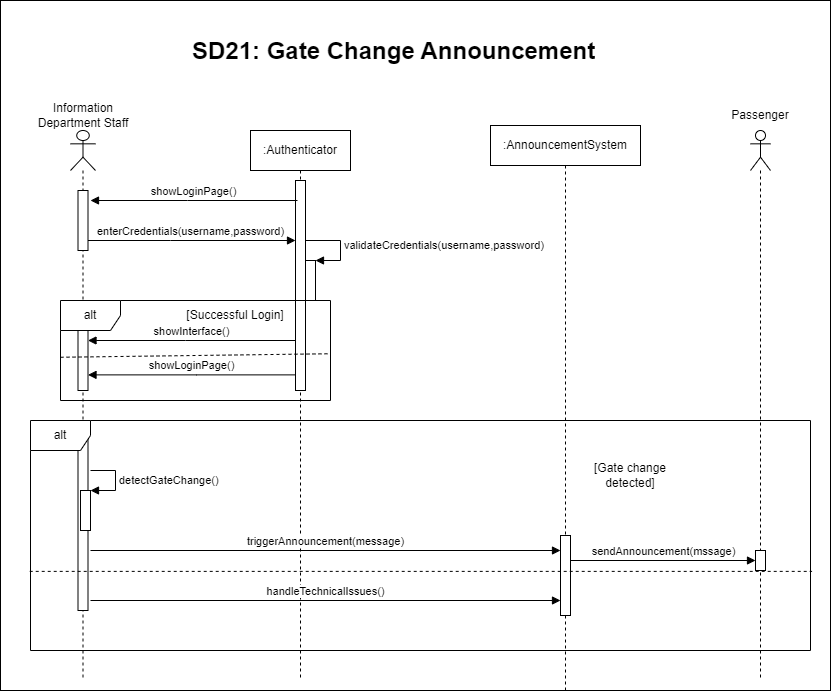
Above: Diagramms/Sequence Diagrams/SequenceDiagram21.png in Smr002/Group01_Airport_Management_System (draw.io), before the change. Source tidied: cells renumbered, new cells last; positions are measured from the earlier drawing's top-left corner, leaving out a move shared by most shapes. Source of this version:
```xml
<mxGraphModel>
  <root>
    <mxCell id="0" />
    <mxCell id="1" parent="0" />
    <mxCell id="2" style="rounded=0;whiteSpace=wrap;html=1;" parent="1" vertex="1">
      <mxGeometry width="830" height="690" as="geometry" />
    </mxCell>
    <mxCell id="3" value=":Authenticator" style="shape=umlLifeline;perimeter=lifelinePerimeter;whiteSpace=wrap;html=1;newEdgeStyle={&quot;edgeStyle&quot;:&quot;elbowEdgeStyle&quot;,&quot;elbow&quot;:&quot;vertical&quot;,&quot;curved&quot;:0,&quot;rounded&quot;:0};" parent="1" vertex="1">
      <mxGeometry x="250" y="130" width="100" height="550" as="geometry" />
    </mxCell>
    <mxCell id="4" style="html=1;perimeter=orthogonalPerimeter;targetShapes=umlLifeline;newEdgeStyle={&quot;edgeStyle&quot;:&quot;elbowEdgeStyle&quot;,&quot;elbow&quot;:&quot;vertical&quot;,&quot;curved&quot;:0,&quot;rounded&quot;:0};" parent="3" vertex="1">
      <mxGeometry x="45" y="50" width="10" height="210" as="geometry" />
    </mxCell>
    <mxCell id="5" value="&lt;span style=&quot;color: rgba(0, 0, 0, 0); font-family: monospace; font-size: 0px; text-align: start;&quot;&gt;%3CmxGraphModel%3E%3Croot%3E%3CmxCell%20id%3D%220%22%2F%3E%3CmxCell%20id%3D%221%22%20parent%3D%220%22%2F%3E%3CmxCell%20id%3D%222%22%20value%3D%22%22%20style%3D%22html%3D1%3Bpoints%3D%5B%5B0%2C0%2C0%2C0%2C5%5D%2C%5B0%2C1%2C0%2C0%2C-5%5D%2C%5B1%2C0%2C0%2C0%2C5%5D%2C%5B1%2C1%2C0%2C0%2C-5%5D%5D%3Bperimeter%3DorthogonalPerimeter%3BoutlineConnect%3D0%3BtargetShapes%3DumlLifeline%3BportConstraint%3Deastwest%3BnewEdgeStyle%3D%7B%26quot%3Bcurved%26quot%3B%3A0%2C%26quot%3Brounded%26quot%3B%3A0%7D%3B%22%20vertex%3D%221%22%20parent%3D%221%22%3E%3CmxGeometry%20x%3D%22315%22%20y%3D%22150%22%20width%3D%2210%22%20height%3D%2240%22%20as%3D%22geometry%22%2F%3E%3C%2FmxCell%3E%3CmxCell%20id%3D%223%22%20value%3D%22validateCredentials(username%2Cpassword)%22%20style%3D%22html%3D1%3Balign%3Dleft%3BspacingLeft%3D2%3BendArrow%3Dblock%3Brounded%3D0%3BedgeStyle%3DorthogonalEdgeStyle%3Bcurved%3D0%3Brounded%3D0%3B%22%20edge%3D%221%22%20target%3D%222%22%20parent%3D%221%22%3E%3CmxGeometry%20relative%3D%221%22%20as%3D%22geometry%22%3E%3CmxPoint%20x%3D%22315%22%20y%3D%22130%22%20as%3D%22sourcePoint%22%2F%3E%3CArray%20as%3D%22points%22%3E%3CmxPoint%20x%3D%22350%22%20y%3D%22130%22%2F%3E%3CmxPoint%20x%3D%22350%22%20y%3D%22150%22%2F%3E%3C%2FArray%3E%3CmxPoint%20x%3D%22325%22%20y%3D%22140%22%20as%3D%22targetPoint%22%2F%3E%3C%2FmxGeometry%3E%3C%2FmxCell%3E%3C%2Froot%3E%3C%2FmxGraphModel%3E&lt;/span&gt;" style="html=1;points=[[0,0,0,0,5],[0,1,0,0,-5],[1,0,0,0,5],[1,1,0,0,-5]];perimeter=orthogonalPerimeter;outlineConnect=0;targetShapes=umlLifeline;portConstraint=eastwest;newEdgeStyle={&quot;curved&quot;:0,&quot;rounded&quot;:0};" parent="3" vertex="1">
      <mxGeometry x="55" y="130" width="10" height="40" as="geometry" />
    </mxCell>
    <mxCell id="6" value="validateCredentials(username,password)" style="html=1;align=left;spacingLeft=2;endArrow=block;rounded=0;edgeStyle=orthogonalEdgeStyle;curved=0;rounded=0;" parent="3" edge="1" target="5">
      <mxGeometry relative="1" as="geometry">
        <mxPoint x="55" y="110" as="sourcePoint" />
        <Array as="points">
          <mxPoint x="90" y="110" />
          <mxPoint x="90" y="130" />
        </Array>
      </mxGeometry>
    </mxCell>
    <mxCell id="7" value="enterCredentials(username,password)" style="html=1;verticalAlign=bottom;endArrow=block;edgeStyle=elbowEdgeStyle;elbow=horizontal;curved=0;rounded=0;" parent="1" edge="1">
      <mxGeometry relative="1" as="geometry">
        <mxPoint x="85" y="240" as="sourcePoint" />
        <mxPoint x="295" y="240" as="targetPoint" />
        <Array as="points">
          <mxPoint x="170" y="240" />
        </Array>
      </mxGeometry>
    </mxCell>
    <mxCell id="8" value="showInterface()" style="html=1;verticalAlign=bottom;endArrow=block;edgeStyle=elbowEdgeStyle;elbow=vertical;curved=0;rounded=0;" parent="1" edge="1" target="11">
      <mxGeometry relative="1" as="geometry">
        <mxPoint x="295" y="340" as="sourcePoint" />
        <Array as="points">
          <mxPoint x="185" y="340" />
        </Array>
      </mxGeometry>
    </mxCell>
    <mxCell id="9" style="shape=umlLifeline;perimeter=lifelinePerimeter;whiteSpace=wrap;html=1;newEdgeStyle={&quot;curved&quot;:0,&quot;rounded&quot;:0};participant=umlActor;" parent="1" vertex="1">
      <mxGeometry x="70" y="130" width="25" height="550" as="geometry" />
    </mxCell>
    <mxCell id="10" style="html=1;perimeter=orthogonalPerimeter;targetShapes=umlLifeline;newEdgeStyle={&quot;curved&quot;:0,&quot;rounded&quot;:0};" parent="9" vertex="1">
      <mxGeometry x="7.5" y="60" width="10" height="60" as="geometry" />
    </mxCell>
    <mxCell id="11" style="html=1;points=[[0,0,0,0,5],[0,1,0,0,-5],[1,0,0,0,5],[1,1,0,0,-5]];perimeter=orthogonalPerimeter;outlineConnect=0;targetShapes=umlLifeline;portConstraint=eastwest;newEdgeStyle={&quot;curved&quot;:0,&quot;rounded&quot;:0};" parent="9" vertex="1">
      <mxGeometry x="7.5" y="200" width="10" height="60" as="geometry" />
    </mxCell>
    <mxCell id="12" style="html=1;points=[[0,0,0,0,5],[0,1,0,0,-5],[1,0,0,0,5],[1,1,0,0,-5]];perimeter=orthogonalPerimeter;outlineConnect=0;targetShapes=umlLifeline;portConstraint=eastwest;newEdgeStyle={&quot;curved&quot;:0,&quot;rounded&quot;:0};" parent="9" vertex="1">
      <mxGeometry x="7.5" y="300" width="10" height="180" as="geometry" />
    </mxCell>
    <mxCell id="13" value="Information Department Staff" style="text;strokeColor=none;align=center;fillColor=none;html=1;verticalAlign=middle;whiteSpace=wrap;rounded=0;" parent="1" vertex="1">
      <mxGeometry x="32.5" y="100" width="100" height="30" as="geometry" />
    </mxCell>
    <mxCell id="14" value="&lt;h1 style=&quot;margin-top: 0px;&quot;&gt;SD21: Gate Change Announcement&lt;/h1&gt;" style="text;html=1;whiteSpace=wrap;overflow=hidden;rounded=0;" parent="1" vertex="1">
      <mxGeometry x="190" y="30" width="430" height="40" as="geometry" />
    </mxCell>
    <mxCell id="15" value=":AnnouncementSystem" style="shape=umlLifeline;perimeter=lifelinePerimeter;whiteSpace=wrap;html=1;newEdgeStyle={&quot;edgeStyle&quot;:&quot;elbowEdgeStyle&quot;,&quot;elbow&quot;:&quot;vertical&quot;,&quot;curved&quot;:0,&quot;rounded&quot;:0};size=40;" parent="1" vertex="1">
      <mxGeometry x="490" y="125" width="150" height="565" as="geometry" />
    </mxCell>
    <mxCell id="16" style="html=1;points=[[0,0,0,0,5],[0,1,0,0,-5],[1,0,0,0,5],[1,1,0,0,-5]];perimeter=orthogonalPerimeter;outlineConnect=0;targetShapes=umlLifeline;portConstraint=eastwest;newEdgeStyle={&quot;curved&quot;:0,&quot;rounded&quot;:0};" parent="15" vertex="1">
      <mxGeometry x="70" y="410" width="10" height="80" as="geometry" />
    </mxCell>
    <mxCell id="17" value="alt" style="shape=umlFrame;whiteSpace=wrap;html=1;" parent="1" vertex="1">
      <mxGeometry x="60" y="300" width="270" height="100" as="geometry" />
    </mxCell>
    <mxCell id="18" value="showLoginPage()" style="html=1;verticalAlign=bottom;endArrow=block;edgeStyle=elbowEdgeStyle;elbow=horizontal;curved=0;rounded=0;" parent="1" edge="1">
      <mxGeometry relative="1" as="geometry">
        <mxPoint x="295" y="374.4" as="sourcePoint" />
        <mxPoint x="87.5" y="374.4" as="targetPoint" />
        <Array as="points">
          <mxPoint x="196" y="374.4" />
        </Array>
      </mxGeometry>
    </mxCell>
    <mxCell id="19" style="endArrow=none;dashed=1;html=1;rounded=0;exitX=0;exitY=0.577;exitDx=0;exitDy=0;exitPerimeter=0;entryX=1;entryY=0.545;entryDx=0;entryDy=0;entryPerimeter=0;" parent="1" edge="1">
      <mxGeometry relative="1" as="geometry">
        <mxPoint x="60" y="356.8" as="sourcePoint" />
        <mxPoint x="330" y="353.2" as="targetPoint" />
      </mxGeometry>
    </mxCell>
    <mxCell id="20" value="showLoginPage()" style="html=1;verticalAlign=bottom;endArrow=block;edgeStyle=elbowEdgeStyle;elbow=horizontal;curved=0;rounded=0;" parent="1" edge="1">
      <mxGeometry relative="1" as="geometry">
        <mxPoint x="297" y="200" as="sourcePoint" />
        <mxPoint x="90" y="200" as="targetPoint" />
        <Array as="points">
          <mxPoint x="187" y="200" />
        </Array>
      </mxGeometry>
    </mxCell>
    <mxCell id="21" value="[Successful Login]" style="text;html=1;align=center;verticalAlign=middle;whiteSpace=wrap;rounded=0;" parent="1" vertex="1">
      <mxGeometry x="180" y="300" width="110" height="30" as="geometry" />
    </mxCell>
    <mxCell id="22" style="shape=umlLifeline;perimeter=lifelinePerimeter;whiteSpace=wrap;html=1;newEdgeStyle={&quot;curved&quot;:0,&quot;rounded&quot;:0};participant=umlActor;" parent="1" vertex="1">
      <mxGeometry x="750" y="130" width="20" height="550" as="geometry" />
    </mxCell>
    <mxCell id="23" style="html=1;perimeter=orthogonalPerimeter;targetShapes=umlLifeline;newEdgeStyle={&quot;curved&quot;:0,&quot;rounded&quot;:0};" parent="22" vertex="1">
      <mxGeometry x="5" y="420" width="10" height="20" as="geometry" />
    </mxCell>
    <mxCell id="24" value="Passenger" style="text;strokeColor=none;align=center;fillColor=none;html=1;verticalAlign=middle;whiteSpace=wrap;rounded=0;" parent="1" vertex="1">
      <mxGeometry x="720" y="100" width="80" height="30" as="geometry" />
    </mxCell>
    <mxCell id="25" value="alt" style="shape=umlFrame;whiteSpace=wrap;html=1;" parent="1" vertex="1">
      <mxGeometry x="30" y="420" width="780" height="230" as="geometry" />
    </mxCell>
    <mxCell id="26" value="&lt;span style=&quot;color: rgba(0, 0, 0, 0); font-family: monospace; font-size: 0px; text-align: start;&quot;&gt;%3CmxGraphModel%3E%3Croot%3E%3CmxCell%20id%3D%220%22%2F%3E%3CmxCell%20id%3D%221%22%20parent%3D%220%22%2F%3E%3CmxCell%20id%3D%222%22%20value%3D%22%22%20style%3D%22html%3D1%3Bpoints%3D%5B%5B0%2C0%2C0%2C0%2C5%5D%2C%5B0%2C1%2C0%2C0%2C-5%5D%2C%5B1%2C0%2C0%2C0%2C5%5D%2C%5B1%2C1%2C0%2C0%2C-5%5D%5D%3Bperimeter%3DorthogonalPerimeter%3BoutlineConnect%3D0%3BtargetShapes%3DumlLifeline%3BportConstraint%3Deastwest%3BnewEdgeStyle%3D%7B%26quot%3Bcurved%26quot%3B%3A0%2C%26quot%3Brounded%26quot%3B%3A0%7D%3B%22%20vertex%3D%221%22%20parent%3D%221%22%3E%3CmxGeometry%20x%3D%22315%22%20y%3D%22150%22%20width%3D%2210%22%20height%3D%2240%22%20as%3D%22geometry%22%2F%3E%3C%2FmxCell%3E%3CmxCell%20id%3D%223%22%20value%3D%22validateCredentials(username%2Cpassword)%22%20style%3D%22html%3D1%3Balign%3Dleft%3BspacingLeft%3D2%3BendArrow%3Dblock%3Brounded%3D0%3BedgeStyle%3DorthogonalEdgeStyle%3Bcurved%3D0%3Brounded%3D0%3B%22%20edge%3D%221%22%20target%3D%222%22%20parent%3D%221%22%3E%3CmxGeometry%20relative%3D%221%22%20as%3D%22geometry%22%3E%3CmxPoint%20x%3D%22315%22%20y%3D%22130%22%20as%3D%22sourcePoint%22%2F%3E%3CArray%20as%3D%22points%22%3E%3CmxPoint%20x%3D%22350%22%20y%3D%22130%22%2F%3E%3CmxPoint%20x%3D%22350%22%20y%3D%22150%22%2F%3E%3C%2FArray%3E%3CmxPoint%20x%3D%22325%22%20y%3D%22140%22%20as%3D%22targetPoint%22%2F%3E%3C%2FmxGeometry%3E%3C%2FmxCell%3E%3C%2Froot%3E%3C%2FmxGraphModel%3E&lt;/span&gt;" style="html=1;points=[[0,0,0,0,5],[0,1,0,0,-5],[1,0,0,0,5],[1,1,0,0,-5]];perimeter=orthogonalPerimeter;outlineConnect=0;targetShapes=umlLifeline;portConstraint=eastwest;newEdgeStyle={&quot;curved&quot;:0,&quot;rounded&quot;:0};" parent="1" vertex="1">
      <mxGeometry x="80" y="490" width="10" height="40" as="geometry" />
    </mxCell>
    <mxCell id="27" value="detectGateChange()" style="html=1;align=left;spacingLeft=2;endArrow=block;rounded=0;edgeStyle=orthogonalEdgeStyle;curved=0;rounded=0;" parent="1" edge="1" target="26">
      <mxGeometry relative="1" as="geometry">
        <mxPoint x="90" y="470" as="sourcePoint" />
        <Array as="points">
          <mxPoint x="115" y="470" />
          <mxPoint x="115" y="490" />
        </Array>
      </mxGeometry>
    </mxCell>
    <mxCell id="28" value="triggerAnnouncement(message)" style="html=1;verticalAlign=bottom;endArrow=block;curved=0;rounded=0;" parent="1" edge="1" target="16">
      <mxGeometry relative="1" as="geometry">
        <mxPoint x="90" y="550" as="sourcePoint" />
      </mxGeometry>
    </mxCell>
    <mxCell id="29" value="sendAnnouncement(mssage)" style="html=1;verticalAlign=bottom;endArrow=block;curved=0;rounded=0;entryX=0;entryY=0;entryDx=0;entryDy=5;entryPerimeter=0;" parent="1" edge="1">
      <mxGeometry relative="1" as="geometry">
        <mxPoint x="570" y="560" as="sourcePoint" />
        <mxPoint x="755" y="560" as="targetPoint" />
      </mxGeometry>
    </mxCell>
    <mxCell id="30" value="[Gate change detected]" style="text;strokeColor=none;align=center;fillColor=none;html=1;verticalAlign=middle;whiteSpace=wrap;rounded=0;" parent="1" vertex="1">
      <mxGeometry x="580" y="460" width="100" height="30" as="geometry" />
    </mxCell>
    <mxCell id="31" value="handleTechnicalIssues()" style="html=1;verticalAlign=bottom;endArrow=block;curved=0;rounded=0;" parent="1" edge="1">
      <mxGeometry relative="1" as="geometry">
        <mxPoint x="90" y="600" as="sourcePoint" />
        <mxPoint x="560" y="600" as="targetPoint" />
      </mxGeometry>
    </mxCell>
    <mxCell id="32" style="endArrow=none;dashed=1;html=1;rounded=0;exitX=-0.001;exitY=0.656;exitDx=0;exitDy=0;exitPerimeter=0;entryX=1.002;entryY=0.656;entryDx=0;entryDy=0;entryPerimeter=0;" parent="1" edge="1" source="25" target="25">
      <mxGeometry relative="1" as="geometry" />
    </mxCell>
  </root>
</mxGraphModel>
```
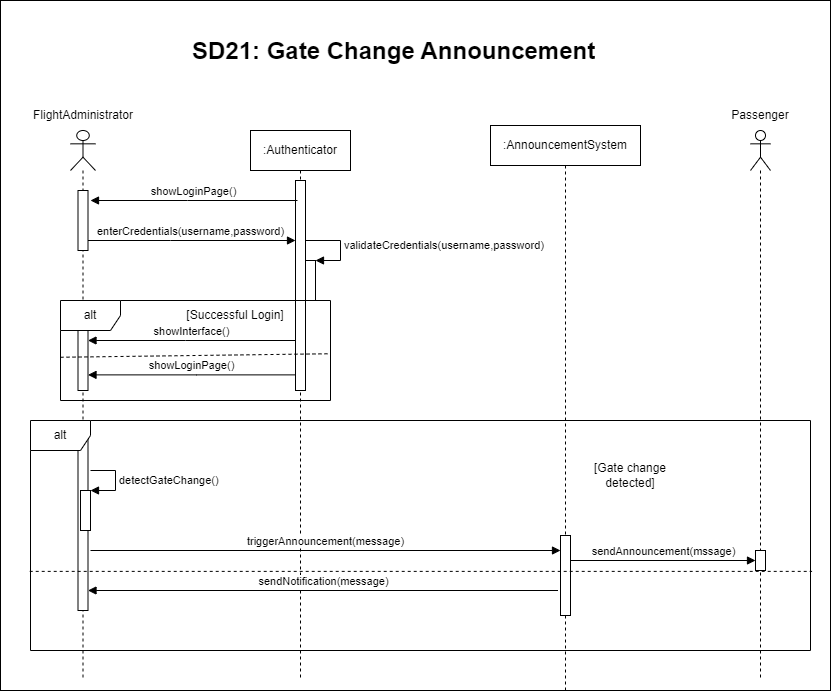
After the change.

Diff of the diagram source:
```diff
@@ -52,7 +52,7 @@
     <mxCell id="12" style="html=1;points=[[0,0,0,0,5],[0,1,0,0,-5],[1,0,0,0,5],[1,1,0,0,-5]];perimeter=orthogonalPerimeter;outlineConnect=0;targetShapes=umlLifeline;portConstraint=eastwest;newEdgeStyle={&quot;curved&quot;:0,&quot;rounded&quot;:0};" parent="9" vertex="1">
       <mxGeometry x="7.5" y="300" width="10" height="180" as="geometry" />
     </mxCell>
-    <mxCell id="13" value="Information Department Staff" style="text;strokeColor=none;align=center;fillColor=none;html=1;verticalAlign=middle;whiteSpace=wrap;rounded=0;" parent="1" vertex="1">
+    <mxCell id="13" value="FlightAdministrator" style="text;strokeColor=none;align=center;fillColor=none;html=1;verticalAlign=middle;whiteSpace=wrap;rounded=0;" parent="1" vertex="1">
       <mxGeometry x="32.5" y="100" width="100" height="30" as="geometry" />
     </mxCell>
     <mxCell id="14" value="&lt;h1 style=&quot;margin-top: 0px;&quot;&gt;SD21: Gate Change Announcement&lt;/h1&gt;" style="text;html=1;whiteSpace=wrap;overflow=hidden;rounded=0;" parent="1" vertex="1">
@@ -132,14 +132,16 @@
     <mxCell id="30" value="[Gate change detected]" style="text;strokeColor=none;align=center;fillColor=none;html=1;verticalAlign=middle;whiteSpace=wrap;rounded=0;" parent="1" vertex="1">
       <mxGeometry x="580" y="460" width="100" height="30" as="geometry" />
     </mxCell>
-    <mxCell id="31" value="handleTechnicalIssues()" style="html=1;verticalAlign=bottom;endArrow=block;curved=0;rounded=0;" parent="1" edge="1">
-      <mxGeometry relative="1" as="geometry">
-        <mxPoint x="90" y="600" as="sourcePoint" />
-        <mxPoint x="560" y="600" as="targetPoint" />
-      </mxGeometry>
-    </mxCell>
     <mxCell id="32" style="endArrow=none;dashed=1;html=1;rounded=0;exitX=-0.001;exitY=0.656;exitDx=0;exitDy=0;exitPerimeter=0;entryX=1.002;entryY=0.656;entryDx=0;entryDy=0;entryPerimeter=0;" parent="1" edge="1" source="25" target="25">
       <mxGeometry relative="1" as="geometry" />
     </mxCell>
+    <mxCell id="33" value="sendNotification(message)" style="html=1;verticalAlign=bottom;endArrow=block;edgeStyle=elbowEdgeStyle;elbow=horizontal;curved=0;rounded=0;" parent="1" edge="1" target="12">
+      <mxGeometry relative="1" as="geometry">
+        <mxPoint x="557.5" y="590" as="sourcePoint" />
+        <Array as="points">
+          <mxPoint x="458.5" y="590" />
+        </Array>
+      </mxGeometry>
+    </mxCell>
   </root>
 </mxGraphModel>
```
